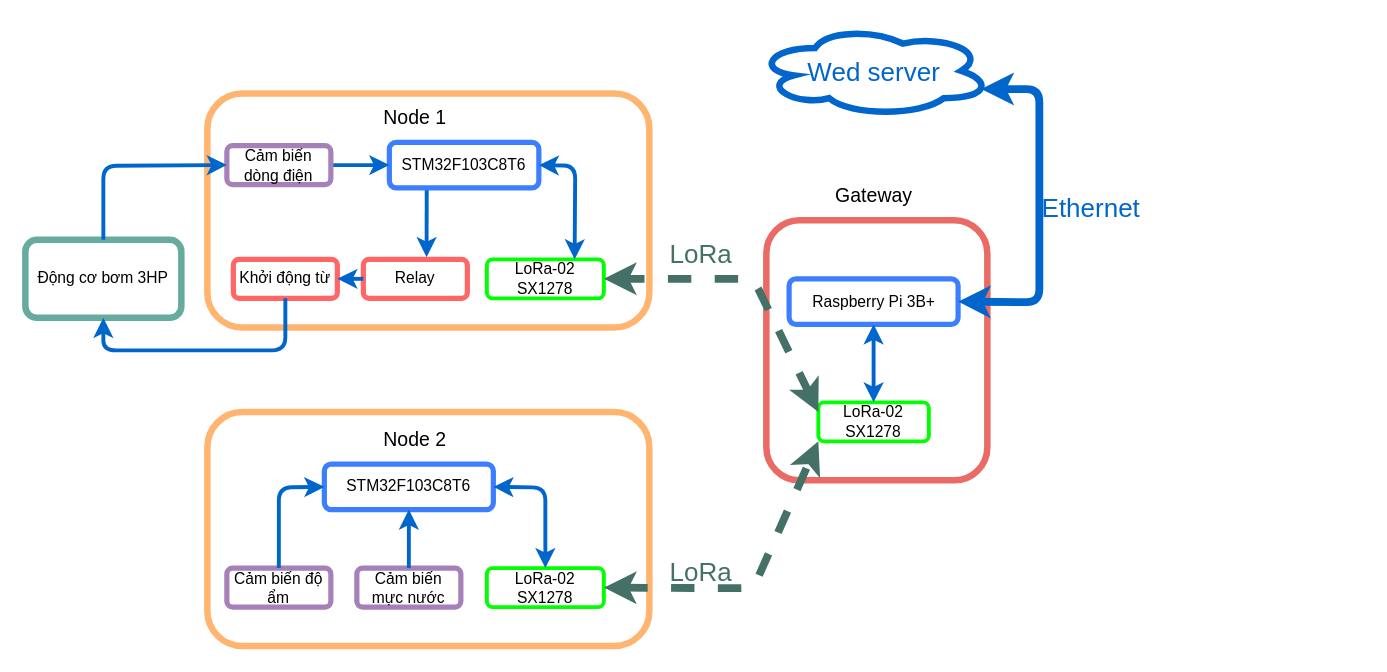
The draw.io diagram Untitled Diagram.drawio in ThanhTamCTU/Main_report_LV, before the edit. Source tidied: cells renumbered, new cells numbered last; positions are measured from the earlier drawing's top-left corner, leaving out a move shared by most shapes. Both pictures are drawn from the tidied source at 130%, with x=0, y=0 at pixel (25, 25).
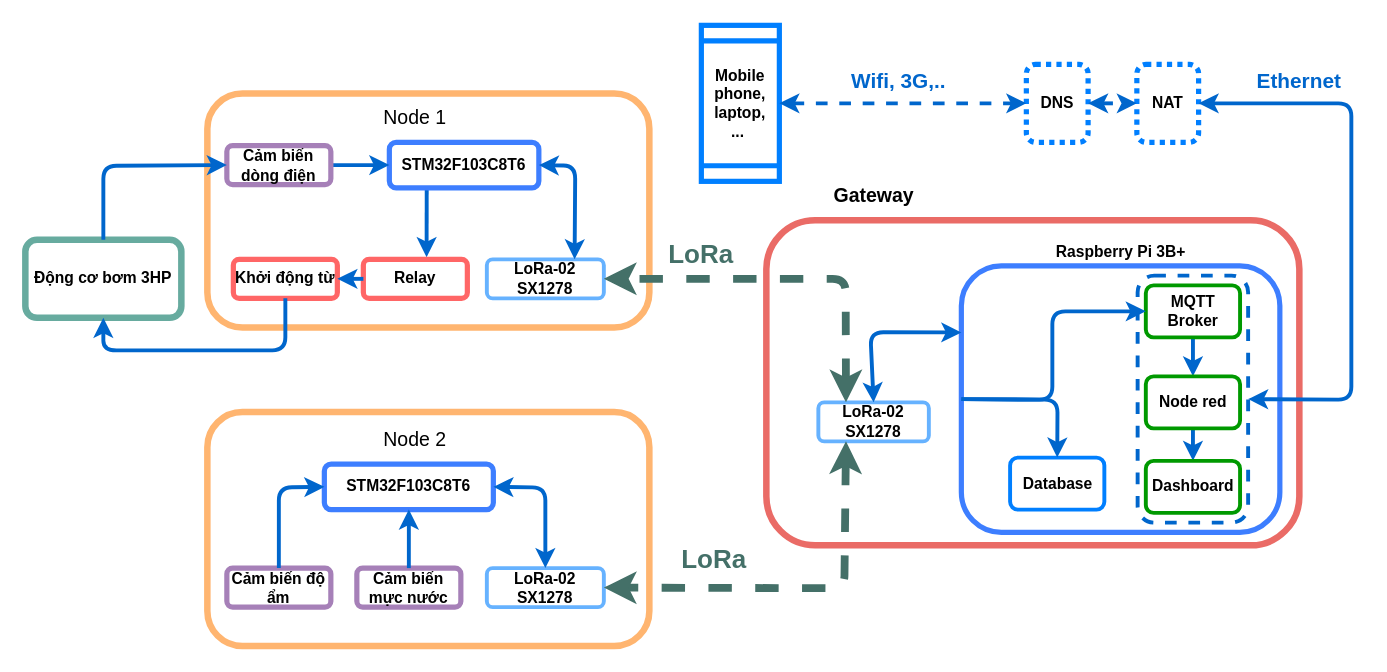
The same diagram, later.

Diff of the diagram source:
```diff
@@
-    <mxCell id="5" value="STM32F103C8T6" style="rounded=1;whiteSpace=wrap;html=1;strokeWidth=4;strokeColor=#3D7EFF;" parent="1" vertex="1">
+    <mxCell id="5" value="&lt;b&gt;STM32F103C8T6&lt;/b&gt;" style="rounded=1;whiteSpace=wrap;html=1;strokeWidth=4;strokeColor=#3D7EFF;" parent="1" vertex="1">
       <mxGeometry x="280" y="90" width="115" height="35" as="geometry" />
     </mxCell>
-    <mxCell id="6" value="LoRa-02 SX1278" style="rounded=1;whiteSpace=wrap;html=1;strokeWidth=3;strokeColor=#00FF00;" parent="1" vertex="1">
+    <mxCell id="6" value="&lt;b&gt;LoRa-02 SX1278&lt;/b&gt;" style="rounded=1;whiteSpace=wrap;html=1;strokeWidth=3;strokeColor=#66B2FF;" parent="1" vertex="1">
       <mxGeometry x="355" y="180" width="90" height="30" as="geometry" />
     </mxCell>
-    <mxCell id="7" value="Relay" style="rounded=1;whiteSpace=wrap;html=1;strokeWidth=4;strokeColor=#FF6666;" parent="1" vertex="1">
+    <mxCell id="7" value="&lt;b&gt;Relay&lt;/b&gt;" style="rounded=1;whiteSpace=wrap;html=1;strokeWidth=4;strokeColor=#FF6666;" parent="1" vertex="1">
       <mxGeometry x="260" y="180" width="80" height="30" as="geometry" />
     </mxCell>
-    <mxCell id="8" value="Khởi động từ" style="rounded=1;whiteSpace=wrap;html=1;strokeWidth=4;strokeColor=#FF6666;" parent="1" vertex="1">
+    <mxCell id="8" value="&lt;b&gt;Khởi động từ&lt;/b&gt;" style="rounded=1;whiteSpace=wrap;html=1;strokeWidth=4;strokeColor=#FF6666;" parent="1" vertex="1">
       <mxGeometry x="160" y="180" width="80" height="30" as="geometry" />
     </mxCell>
@@
-    <mxCell id="10" value="Cảm biến dòng điện" style="rounded=1;whiteSpace=wrap;html=1;strokeWidth=4;strokeColor=#A680B8;" parent="1" vertex="1">
+    <mxCell id="10" value="&lt;b&gt;Cảm biến dòng điện&lt;/b&gt;" style="rounded=1;whiteSpace=wrap;html=1;strokeWidth=4;strokeColor=#A680B8;" parent="1" vertex="1">
       <mxGeometry x="155" y="92.5" width="80" height="30" as="geometry" />
     </mxCell>
-    <mxCell id="11" value="Động cơ bơm 3HP" style="rounded=1;whiteSpace=wrap;html=1;strokeWidth=5;strokeColor=#67AB9F;" parent="1" vertex="1">
+    <mxCell id="11" value="&lt;b&gt;Động cơ bơm 3HP&lt;/b&gt;" style="rounded=1;whiteSpace=wrap;html=1;strokeWidth=5;strokeColor=#67AB9F;" parent="1" vertex="1">
       <mxGeometry y="165" width="120" height="60" as="geometry" />
     </mxCell>
@@
-    <mxCell id="14" value="STM32F103C8T6" style="rounded=1;whiteSpace=wrap;html=1;strokeWidth=4;strokeColor=#3D7EFF;" parent="1" vertex="1">
+    <mxCell id="14" value="&lt;b&gt;STM32F103C8T6&lt;/b&gt;" style="rounded=1;whiteSpace=wrap;html=1;strokeWidth=4;strokeColor=#3D7EFF;" parent="1" vertex="1">
       <mxGeometry x="230" y="337.5" width="130" height="35" as="geometry" />
     </mxCell>
-    <mxCell id="15" value="LoRa-02 SX1278" style="rounded=1;whiteSpace=wrap;html=1;strokeWidth=3;strokeColor=#00FF00;" parent="1" vertex="1">
+    <mxCell id="15" value="&lt;b&gt;LoRa-02 SX1278&lt;/b&gt;" style="rounded=1;whiteSpace=wrap;html=1;strokeWidth=3;strokeColor=#66B2FF;" parent="1" vertex="1">
       <mxGeometry x="355" y="417.5" width="90" height="30" as="geometry" />
     </mxCell>
-    <mxCell id="16" value="Cảm biến mực nước" style="rounded=1;whiteSpace=wrap;html=1;strokeWidth=4;strokeColor=#A680B8;" parent="1" vertex="1">
+    <mxCell id="16" value="&lt;b&gt;Cảm biến mực nước&lt;/b&gt;" style="rounded=1;whiteSpace=wrap;html=1;strokeWidth=4;strokeColor=#A680B8;" parent="1" vertex="1">
       <mxGeometry x="255" y="417.5" width="80" height="30" as="geometry" />
     </mxCell>
-    <mxCell id="17" value="Cảm biến độ ẩm" style="rounded=1;whiteSpace=wrap;html=1;strokeWidth=4;strokeColor=#A680B8;" parent="1" vertex="1">
+    <mxCell id="17" value="&lt;b&gt;Cảm biến độ ẩm&lt;/b&gt;" style="rounded=1;whiteSpace=wrap;html=1;strokeWidth=4;strokeColor=#A680B8;" parent="1" vertex="1">
       <mxGeometry x="155" y="417.5" width="80" height="30" as="geometry" />
     </mxCell>
     <mxCell id="18" style="rounded=1;whiteSpace=wrap;html=1;strokeWidth=5;strokeColor=#EA6B66;" parent="1" vertex="1">
-      <mxGeometry x="570" y="150" width="170" height="200" as="geometry" />
+      <mxGeometry x="570" y="150" width="410" height="250" as="geometry" />
     </mxCell>
-    <mxCell id="19" value="Raspberry Pi 3B+" style="rounded=1;whiteSpace=wrap;html=1;strokeWidth=4;strokeColor=#3D7EFF;" parent="1" vertex="1">
-      <mxGeometry x="587.5" y="195" width="130" height="35" as="geometry" />
+    <mxCell id="19" style="rounded=1;whiteSpace=wrap;html=1;strokeWidth=4;strokeColor=#3D7EFF;" parent="1" vertex="1">
+      <mxGeometry x="720" y="185" width="245" height="205" as="geometry" />
     </mxCell>
-    <mxCell id="20" value="LoRa-02 SX1278" style="rounded=1;whiteSpace=wrap;html=1;strokeWidth=3;strokeColor=#00FF00;" parent="1" vertex="1">
+    <mxCell id="20" value="&lt;b&gt;LoRa-02 SX1278&lt;/b&gt;" style="rounded=1;whiteSpace=wrap;html=1;strokeWidth=3;strokeColor=#66B2FF;" parent="1" vertex="1">
       <mxGeometry x="610" y="290" width="85" height="30" as="geometry" />
     </mxCell>
@@
-    <mxCell id="26" style="endArrow=classic;startArrow=classic;html=1;strokeWidth=3;exitX=0.5;exitY=0;exitDx=0;exitDy=0;fontColor=#0000FF;strokeColor=#0066CC;" parent="1" edge="1" source="20" target="19">
-      <mxGeometry relative="1" as="geometry" />
-    </mxCell>
-    <mxCell id="27" style="endArrow=classic;startArrow=classic;html=1;dashed=1;strokeWidth=6;exitX=0;exitY=0.25;exitDx=0;exitDy=0;entryX=1;entryY=0.5;entryDx=0;entryDy=0;strokeColor=#447068;" parent="1" edge="1" source="20" target="6">
+    <mxCell id="27" style="endArrow=classic;startArrow=classic;html=1;dashed=1;strokeWidth=6;exitX=0.25;exitY=0;exitDx=0;exitDy=0;entryX=1;entryY=0.5;entryDx=0;entryDy=0;strokeColor=#447068;" parent="1" edge="1" source="20" target="6">
       <mxGeometry relative="1" as="geometry">
         <Array as="points">
-          <mxPoint x="560" y="195" />
+          <mxPoint x="631" y="195" />
         </Array>
       </mxGeometry>
     </mxCell>
-    <mxCell id="28" style="endArrow=classic;startArrow=classic;html=1;dashed=1;strokeWidth=6;exitX=1;exitY=0.5;exitDx=0;exitDy=0;entryX=0;entryY=1;entryDx=0;entryDy=0;strokeColor=#447068;" parent="1" edge="1" source="15" target="20">
-      <mxGeometry relative="1" as="geometry">
-        <Array as="points">
-          <mxPoint x="560" y="433" />
-        </Array>
-      </mxGeometry>
-    </mxCell>
-    <mxCell id="29" value="LoRa" style="text;html=1;strokeColor=none;fillColor=none;align=center;verticalAlign=middle;whiteSpace=wrap;rounded=0;fontSize=20;spacing=2;fontColor=#447068;" parent="1" vertex="1">
+    <mxCell id="29" value="LoRa" style="text;html=1;strokeColor=none;fillColor=none;align=center;verticalAlign=middle;whiteSpace=wrap;rounded=0;fontSize=20;spacing=2;fontColor=#447068;fontStyle=1;" parent="1" vertex="1">
       <mxGeometry x="500" y="165" width="40" height="20" as="geometry" />
     </mxCell>
-    <mxCell id="30" value="LoRa" style="text;html=1;strokeColor=none;fillColor=none;align=center;verticalAlign=middle;whiteSpace=wrap;rounded=0;fontSize=20;spacing=2;fontColor=#447068;" parent="1" vertex="1">
-      <mxGeometry x="500" y="410" width="40" height="20" as="geometry" />
+    <mxCell id="30" value="LoRa" style="text;html=1;strokeColor=none;fillColor=none;align=center;verticalAlign=middle;whiteSpace=wrap;rounded=0;fontSize=20;spacing=2;fontColor=#447068;fontStyle=1;" parent="1" vertex="1">
+      <mxGeometry x="510" y="400" width="40" height="20" as="geometry" />
     </mxCell>
-    <mxCell id="31" value="&lt;font color=&quot;#0066cc&quot;&gt;Wed server&lt;/font&gt;" style="ellipse;shape=cloud;whiteSpace=wrap;html=1;strokeWidth=5;fontSize=20;fontColor=#FFFF33;strokeColor=#0066CC;" parent="1" vertex="1">
-      <mxGeometry x="562.5" width="180" height="70" as="geometry" />
-    </mxCell>
-    <mxCell id="32" value="Ethernet" style="text;html=1;strokeColor=none;fillColor=none;align=center;verticalAlign=middle;whiteSpace=wrap;rounded=0;fontSize=20;fontColor=#0066CC;" parent="1" vertex="1">
-      <mxGeometry x="770" y="130" width="100" height="20" as="geometry" />
-    </mxCell>
-    <mxCell id="33" value="&lt;font style=&quot;font-size: 15px&quot;&gt;Gateway&lt;/font&gt;" style="text;html=1;strokeColor=none;fillColor=none;align=center;verticalAlign=middle;whiteSpace=wrap;rounded=0;strokeWidth=4;" parent="1" vertex="1">
+    <mxCell id="33" value="&lt;font style=&quot;font-size: 15px&quot;&gt;Gateway&lt;/font&gt;" style="text;html=1;strokeColor=none;fillColor=none;align=center;verticalAlign=middle;whiteSpace=wrap;rounded=0;strokeWidth=4;fontStyle=1;" parent="1" vertex="1">
       <mxGeometry x="617.5" y="120" width="70" height="20" as="geometry" />
     </mxCell>
-    <mxCell id="34" style="endArrow=classic;startArrow=classic;html=1;labelBackgroundColor=#FFFF33;strokeColor=#0066CC;strokeWidth=6;fontSize=20;fontColor=#0000FF;exitX=1;exitY=0.5;exitDx=0;exitDy=0;entryX=0.96;entryY=0.7;entryDx=0;entryDy=0;entryPerimeter=0;" parent="1" edge="1" source="19" target="31">
-      <mxGeometry relative="1" as="geometry">
-        <Array as="points">
-          <mxPoint x="780" y="213" />
-          <mxPoint x="780" y="49" />
-        </Array>
-      </mxGeometry>
-    </mxCell>
@@
+    <mxCell id="37" value="&lt;b&gt;Raspberry Pi 3B+&lt;/b&gt;" style="text;html=1;strokeColor=none;fillColor=none;align=center;verticalAlign=middle;whiteSpace=wrap;rounded=0;strokeWidth=2;" parent="1" vertex="1">
+      <mxGeometry x="782.5" y="165" width="120" height="20" as="geometry" />
+    </mxCell>
+    <mxCell id="38" style="edgeStyle=orthogonalEdgeStyle;rounded=0;jettySize=auto;html=1;exitX=0.5;exitY=1;exitDx=0;exitDy=0;entryX=0.5;entryY=0;entryDx=0;entryDy=0;strokeWidth=3;strokeColor=#0066CC;" parent="1" edge="1" source="39" target="41">
+      <mxGeometry relative="1" as="geometry" />
+    </mxCell>
+    <mxCell id="39" value="&lt;b&gt;MQTT Broker&lt;/b&gt;" style="rounded=1;whiteSpace=wrap;html=1;strokeWidth=3;strokeColor=#009900;" parent="1" vertex="1">
+      <mxGeometry x="861.9" y="200" width="72.5" height="40" as="geometry" />
+    </mxCell>
+    <mxCell id="40" style="edgeStyle=orthogonalEdgeStyle;rounded=0;jettySize=auto;html=1;exitX=0.5;exitY=1;exitDx=0;exitDy=0;entryX=0.5;entryY=0;entryDx=0;entryDy=0;strokeColor=#0066CC;strokeWidth=3;" parent="1" edge="1" source="41" target="42">
+      <mxGeometry relative="1" as="geometry" />
+    </mxCell>
+    <mxCell id="41" value="&lt;b&gt;Node red&lt;/b&gt;" style="rounded=1;whiteSpace=wrap;html=1;strokeWidth=3;strokeColor=#009900;" parent="1" vertex="1">
+      <mxGeometry x="861.9" y="270" width="72.5" height="40" as="geometry" />
+    </mxCell>
+    <mxCell id="42" value="&lt;b&gt;Dashboard&lt;/b&gt;" style="rounded=1;whiteSpace=wrap;html=1;strokeWidth=3;strokeColor=#009900;" parent="1" vertex="1">
+      <mxGeometry x="861.9" y="335" width="72.5" height="40" as="geometry" />
+    </mxCell>
+    <mxCell id="43" style="rounded=1;whiteSpace=wrap;html=1;strokeWidth=3;fillColor=none;strokeColor=#0066CC;glass=1;dashed=1;" parent="1" vertex="1">
+      <mxGeometry x="855.6" y="192.5" width="85" height="190" as="geometry" />
+    </mxCell>
+    <mxCell id="44" value="&lt;b&gt;Database&lt;/b&gt;" style="rounded=1;whiteSpace=wrap;html=1;strokeWidth=3;strokeColor=#007FFF;" parent="1" vertex="1">
+      <mxGeometry x="757.5" y="332.5" width="72.5" height="40" as="geometry" />
+    </mxCell>
+    <mxCell id="26" style="endArrow=classic;startArrow=classic;html=1;strokeColor=#0066CC;strokeWidth=3;entryX=0;entryY=0.25;entryDx=0;entryDy=0;exitX=0.5;exitY=0;exitDx=0;exitDy=0;" parent="1" edge="1" source="20" target="19">
+      <mxGeometry relative="1" as="geometry">
+        <Array as="points">
+          <mxPoint x="650" y="236" />
+        </Array>
+      </mxGeometry>
+    </mxCell>
+    <mxCell id="45" style="endArrow=classic;html=1;strokeColor=#0066CC;strokeWidth=3;exitX=0;exitY=0.5;exitDx=0;exitDy=0;entryX=0.5;entryY=0;entryDx=0;entryDy=0;" parent="1" edge="1" source="19" target="44">
+      <mxGeometry relative="1" as="geometry">
+        <Array as="points">
+          <mxPoint x="794" y="288" />
+        </Array>
+      </mxGeometry>
+    </mxCell>
+    <mxCell id="46" style="endArrow=classic;html=1;strokeColor=#0066CC;strokeWidth=3;exitX=0;exitY=0.5;exitDx=0;exitDy=0;entryX=0;entryY=0.5;entryDx=0;entryDy=0;" parent="1" edge="1" source="19" target="39">
+      <mxGeometry relative="1" as="geometry">
+        <Array as="points">
+          <mxPoint x="790" y="288" />
+          <mxPoint x="790" y="220" />
+        </Array>
+      </mxGeometry>
+    </mxCell>
+    <mxCell id="47" style="endArrow=classic;startArrow=classic;html=1;dashed=1;strokeWidth=6;exitX=0.25;exitY=1;exitDx=0;exitDy=0;entryX=1;entryY=0.5;entryDx=0;entryDy=0;strokeColor=#447068;" parent="1" edge="1" source="20" target="15">
+      <mxGeometry relative="1" as="geometry">
+        <Array as="points">
+          <mxPoint x="630" y="433" />
+        </Array>
+      </mxGeometry>
+    </mxCell>
+    <mxCell id="48" value="&lt;b&gt;NAT&lt;/b&gt;" style="rounded=1;whiteSpace=wrap;html=1;glass=1;strokeColor=#007FFF;strokeWidth=4;fillColor=none;gradientColor=none;dashed=1;dashPattern=1 1;" parent="1" vertex="1">
+      <mxGeometry x="855" y="30" width="47.5" height="60" as="geometry" />
+    </mxCell>
+    <mxCell id="49" value="&lt;b&gt;DNS&lt;/b&gt;" style="rounded=1;whiteSpace=wrap;html=1;glass=1;strokeColor=#007FFF;strokeWidth=4;fillColor=none;gradientColor=none;dashed=1;dashPattern=1 1;" parent="1" vertex="1">
+      <mxGeometry x="770" y="30" width="47.5" height="60" as="geometry" />
+    </mxCell>
+    <mxCell id="50" style="endArrow=classic;startArrow=classic;html=1;strokeColor=#0066CC;strokeWidth=3;entryX=1;entryY=0.5;entryDx=0;entryDy=0;exitX=1;exitY=0.5;exitDx=0;exitDy=0;" parent="1" edge="1" source="43" target="48">
+      <mxGeometry relative="1" as="geometry">
+        <Array as="points">
+          <mxPoint x="1020" y="288" />
+          <mxPoint x="1020" y="60" />
+        </Array>
+      </mxGeometry>
+    </mxCell>
+    <mxCell id="51" value="&lt;b&gt;Mobile phone, laptop,&lt;br&gt;...&amp;nbsp;&lt;/b&gt;" style="shape=process;whiteSpace=wrap;html=1;backgroundOutline=1;glass=1;strokeColor=#007FFF;strokeWidth=4;fillColor=none;gradientColor=none;portConstraintRotation=0;direction=south;" parent="1" vertex="1">
+      <mxGeometry x="520" width="60" height="120" as="geometry" />
+    </mxCell>
+    <mxCell id="52" style="endArrow=classic;startArrow=classic;html=1;strokeColor=#0066CC;strokeWidth=3;entryX=0;entryY=0.5;entryDx=0;entryDy=0;exitX=0.5;exitY=0;exitDx=0;exitDy=0;dashed=1;" parent="1" edge="1" source="51" target="49">
+      <mxGeometry relative="1" as="geometry" />
+    </mxCell>
+    <mxCell id="53" style="endArrow=classic;startArrow=classic;html=1;dashed=1;strokeColor=#0066CC;strokeWidth=3;entryX=0;entryY=0.5;entryDx=0;entryDy=0;exitX=1;exitY=0.5;exitDx=0;exitDy=0;" parent="1" edge="1" source="49" target="48">
+      <mxGeometry relative="1" as="geometry" />
+    </mxCell>
+    <mxCell id="32" value="&lt;b&gt;&lt;font style=&quot;font-size: 16px&quot;&gt;Ethernet&lt;/font&gt;&lt;/b&gt;" style="text;html=1;strokeColor=none;fillColor=none;align=center;verticalAlign=middle;whiteSpace=wrap;rounded=0;glass=1;fontColor=#0066CC;" parent="1" vertex="1">
+      <mxGeometry x="960" y="32.5" width="40" height="20" as="geometry" />
+    </mxCell>
+    <mxCell id="54" value="&lt;span style=&quot;font-size: 16px&quot;&gt;&lt;b&gt;Wifi, 3G,..&lt;/b&gt;&lt;/span&gt;" style="text;html=1;strokeColor=none;fillColor=none;align=center;verticalAlign=middle;whiteSpace=wrap;rounded=0;glass=1;fontColor=#0066CC;" parent="1" vertex="1">
+      <mxGeometry x="622.5" y="32.5" width="97.5" height="20" as="geometry" />
+    </mxCell>
```
